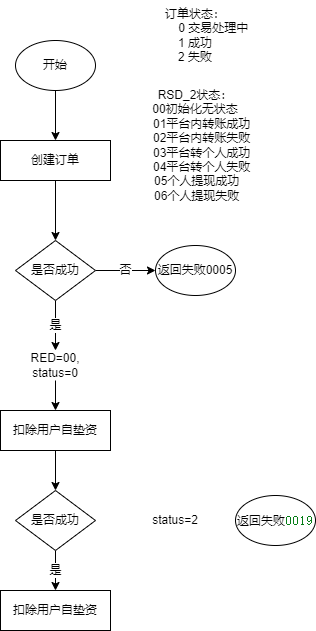
Above: 厦门国际代付订单状态流转.drawio.png in songyibo2019/mydiagrams (draw.io), before the change. Source tidied: cells renumbered, new cells last; positions are measured from the earlier drawing's top-left corner, leaving out a move shared by most shapes.
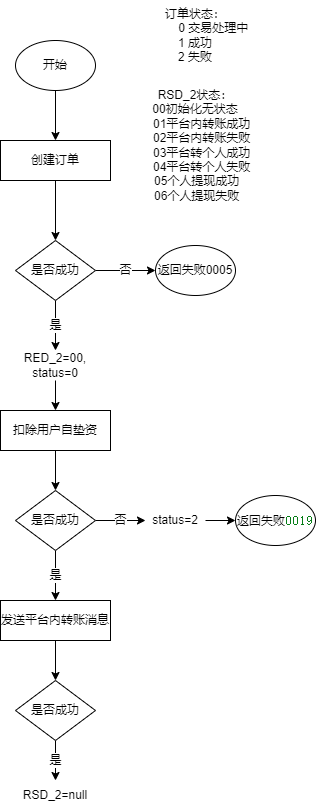
Above is the later version.

Commit message:
Update 厦门国际代付订单状态流转.drawio.png

The edit, as a diff of the source:
```diff
@@ -37,21 +37,30 @@
     <mxCell id="12" style="edgeStyle=orthogonalEdgeStyle;rounded=0;jettySize=auto;html=1;exitX=0.5;exitY=1;exitDx=0;exitDy=0;entryX=0.5;entryY=0;entryDx=0;entryDy=0;" parent="1" edge="1" source="13" target="10">
       <mxGeometry relative="1" as="geometry" />
     </mxCell>
-    <mxCell id="13" value="RED=00,&lt;br&gt;status=0" style="text;html=1;strokeColor=none;fillColor=none;align=center;verticalAlign=middle;whiteSpace=wrap;rounded=0;" parent="1" vertex="1">
-      <mxGeometry x="25" y="350" width="60" height="30" as="geometry" />
+    <mxCell id="13" value="RED_2=00,&lt;br&gt;status=0" style="text;html=1;strokeColor=none;fillColor=none;align=center;verticalAlign=middle;whiteSpace=wrap;rounded=0;" parent="1" vertex="1">
+      <mxGeometry x="20" y="350" width="70" height="30" as="geometry" />
     </mxCell>
     <mxCell id="14" value="是" style="edgeStyle=orthogonalEdgeStyle;rounded=0;jettySize=auto;html=1;exitX=0.5;exitY=1;exitDx=0;exitDy=0;" parent="1" edge="1" source="15" target="17">
       <mxGeometry relative="1" as="geometry" />
     </mxCell>
+    <mxCell id="21" value="否" style="edgeStyle=orthogonalEdgeStyle;rounded=0;jettySize=auto;html=1;exitX=1;exitY=0.5;exitDx=0;exitDy=0;entryX=0;entryY=0.5;entryDx=0;entryDy=0;fontSize=10;" parent="1" edge="1" source="15" target="18">
+      <mxGeometry relative="1" as="geometry" />
+    </mxCell>
     <mxCell id="15" value="是否成功" style="rhombus;whiteSpace=wrap;html=1;" parent="1" vertex="1">
       <mxGeometry x="15" y="490" width="80" height="60" as="geometry" />
     </mxCell>
     <mxCell id="16" value="返回失败&lt;span style=&quot;color: rgb(6 , 125 , 23) ; background-color: rgb(255 , 255 , 255) ; font-family: &amp;#34;jetbrains mono&amp;#34; , monospace ; font-size: 9.8pt&quot;&gt;0019&lt;/span&gt;" style="ellipse;whiteSpace=wrap;html=1;" parent="1" vertex="1">
       <mxGeometry x="235" y="495" width="80" height="50" as="geometry" />
     </mxCell>
+    <mxCell id="22" style="edgeStyle=orthogonalEdgeStyle;rounded=0;jettySize=auto;html=1;exitX=0.5;exitY=1;exitDx=0;exitDy=0;entryX=0.5;entryY=0;entryDx=0;entryDy=0;fontSize=10;" parent="1" edge="1" source="17" target="25">
+      <mxGeometry relative="1" as="geometry" />
+    </mxCell>
-    <mxCell id="17" value="扣除用户自垫资" style="rounded=0;whiteSpace=wrap;html=1;" parent="1" vertex="1">
-      <mxGeometry y="590" width="110" height="40" as="geometry" />
+    <mxCell id="17" value="发送平台内转账消息" style="rounded=0;whiteSpace=wrap;html=1;" parent="1" vertex="1">
+      <mxGeometry y="600" width="110" height="40" as="geometry" />
     </mxCell>
+    <mxCell id="23" style="edgeStyle=orthogonalEdgeStyle;rounded=0;jettySize=auto;html=1;exitX=1;exitY=0.5;exitDx=0;exitDy=0;entryX=0;entryY=0.5;entryDx=0;entryDy=0;fontSize=10;" parent="1" edge="1" source="18" target="16">
+      <mxGeometry relative="1" as="geometry" />
+    </mxCell>
     <mxCell id="18" value="status=2" style="text;html=1;strokeColor=none;fillColor=none;align=center;verticalAlign=middle;whiteSpace=wrap;rounded=0;" parent="1" vertex="1">
       <mxGeometry x="145" y="505" width="60" height="30" as="geometry" />
     </mxCell>
@@ -61,5 +70,14 @@
     <mxCell id="20" value="&lt;div&gt;RSD_2状态：&lt;/div&gt;&lt;div&gt;00初始化无状态&lt;/div&gt;&lt;div&gt;&amp;nbsp; &amp;nbsp; 01平台内转账成功&lt;/div&gt;&lt;div&gt;&amp;nbsp; &amp;nbsp; 02平台内转账失败&lt;/div&gt;&lt;div&gt;&amp;nbsp; &amp;nbsp; 03平台转个人成功&lt;/div&gt;&lt;div&gt;&amp;nbsp; &amp;nbsp; 04平台转个人失败&lt;/div&gt;&lt;div&gt;&amp;nbsp;05个人提现成功&lt;/div&gt;&lt;div&gt;&amp;nbsp;06个人提现失败&lt;/div&gt;" style="text;html=1;strokeColor=none;fillColor=none;align=center;verticalAlign=middle;whiteSpace=wrap;rounded=0;" parent="1" vertex="1">
       <mxGeometry x="135" y="80" width="120" height="130" as="geometry" />
     </mxCell>
+    <mxCell id="24" value="是" style="edgeStyle=orthogonalEdgeStyle;rounded=0;jettySize=auto;html=1;exitX=0.5;exitY=1;exitDx=0;exitDy=0;entryX=0.5;entryY=0;entryDx=0;entryDy=0;fontSize=10;" parent="1" edge="1" source="25" target="26">
+      <mxGeometry relative="1" as="geometry" />
+    </mxCell>
+    <mxCell id="25" value="是否成功" style="rhombus;whiteSpace=wrap;html=1;" parent="1" vertex="1">
+      <mxGeometry x="15" y="680" width="80" height="60" as="geometry" />
+    </mxCell>
+    <mxCell id="26" value="RSD_2=null" style="text;html=1;strokeColor=none;fillColor=none;align=center;verticalAlign=middle;whiteSpace=wrap;rounded=0;fontSize=10;" parent="1" vertex="1">
+      <mxGeometry x="20" y="780" width="70" height="30" as="geometry" />
+    </mxCell>
   </root>
 </mxGraphModel>
```
